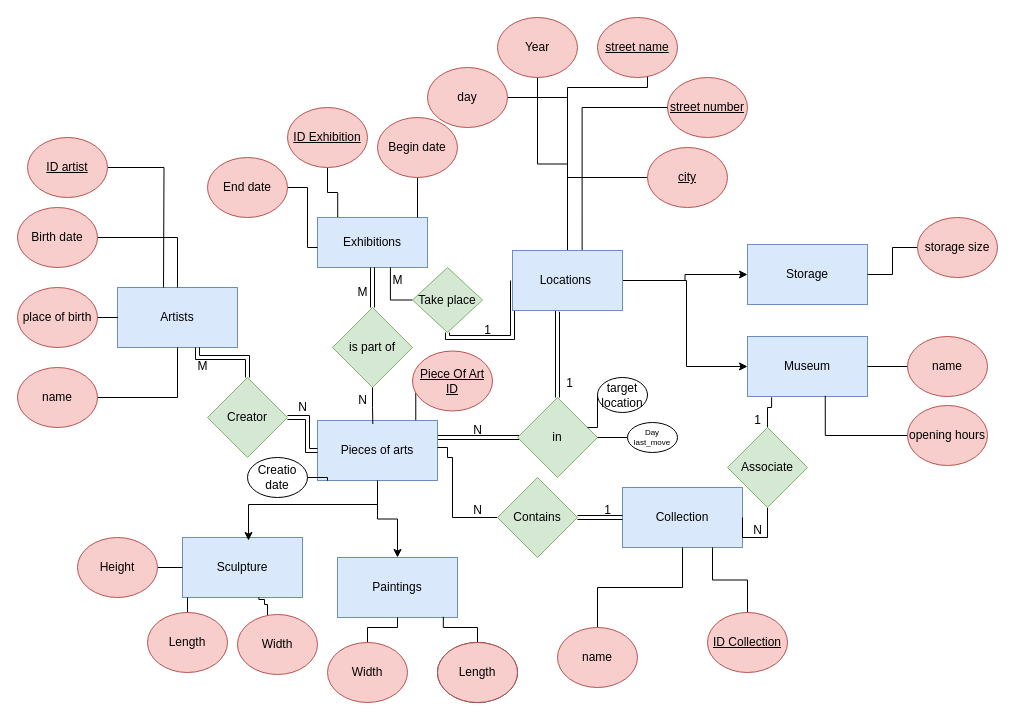
This is arts.drawio from KhalyHackerman/databases_p1, a draw.io file, before an edit. Source tidied: cells renumbered, new cells numbered last; positions are measured from the earlier drawing's top-left corner, leaving out a move shared by most shapes. Both pictures are drawn from the tidied source at 100%, with x=0, y=0 at pixel (17, 17).
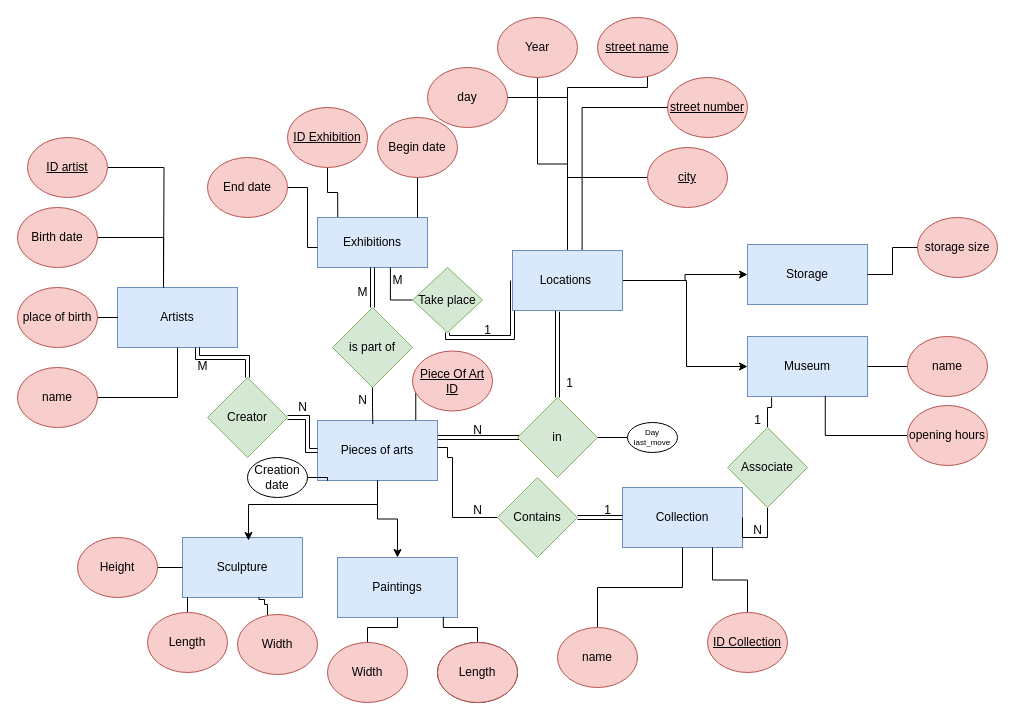
The same page after the edit.

Commit message:
Mettre à jour arts.drawio

Unchanged cells that the change refers to:
```xml
<mxCell id="5" value="Artists" style="rounded=0;whiteSpace=wrap;html=1;fillColor=#dae8fc;strokeColor=#6c8ebf;" parent="1" vertex="1">
  <mxGeometry x="100" y="270" width="120" height="60" as="geometry" />
</mxCell>
<mxCell id="31" value="Birth date" style="ellipse;whiteSpace=wrap;html=1;fillColor=#f8cecc;strokeColor=#b85450;" parent="1" vertex="1">
  <mxGeometry y="190" width="80" height="60" as="geometry" />
</mxCell>
```

The edit, as a diff of the source:
```diff
@@
-    <mxCell id="30" style="edgeStyle=orthogonalEdgeStyle;rounded=0;jettySize=auto;html=1;endArrow=none;startFill=0;" parent="1" edge="1" source="31" target="5">
-      <mxGeometry relative="1" as="geometry" />
+    <mxCell id="30" style="edgeStyle=orthogonalEdgeStyle;rounded=0;orthogonalLoop=1;jettySize=auto;html=1;endArrow=none;startFill=0;" parent="1" edge="1">
+      <mxGeometry relative="1" as="geometry">
+        <mxPoint x="77" y="220" as="sourcePoint" />
+        <mxPoint x="146" y="270" as="targetPoint" />
+        <Array as="points">
+          <mxPoint x="146" y="220" />
+        </Array>
+      </mxGeometry>
     </mxCell>
@@
-    <mxCell id="36" value="Creatio date" style="ellipse;whiteSpace=wrap;html=1;" parent="1" vertex="1">
+    <mxCell id="36" value="Creation date" style="ellipse;whiteSpace=wrap;html=1;" parent="1" vertex="1">
       <mxGeometry x="230" y="440" width="60" height="40" as="geometry" />
     </mxCell>
@@
-    <mxCell id="51" style="edgeStyle=orthogonalEdgeStyle;rounded=0;jettySize=auto;html=1;endArrow=none;startFill=0;" parent="1" edge="1" source="52">
-      <mxGeometry relative="1" as="geometry">
-        <mxPoint x="570" y="410" as="targetPoint" />
-        <Array as="points">
-          <mxPoint x="580" y="410" />
-          <mxPoint x="580" y="410" />
-        </Array>
-      </mxGeometry>
-    </mxCell>
-    <mxCell id="52" value="target location" style="ellipse;whiteSpace=wrap;html=1;" parent="1" vertex="1">
-      <mxGeometry x="580" y="360" width="50" height="35" as="geometry" />
-    </mxCell>
```
